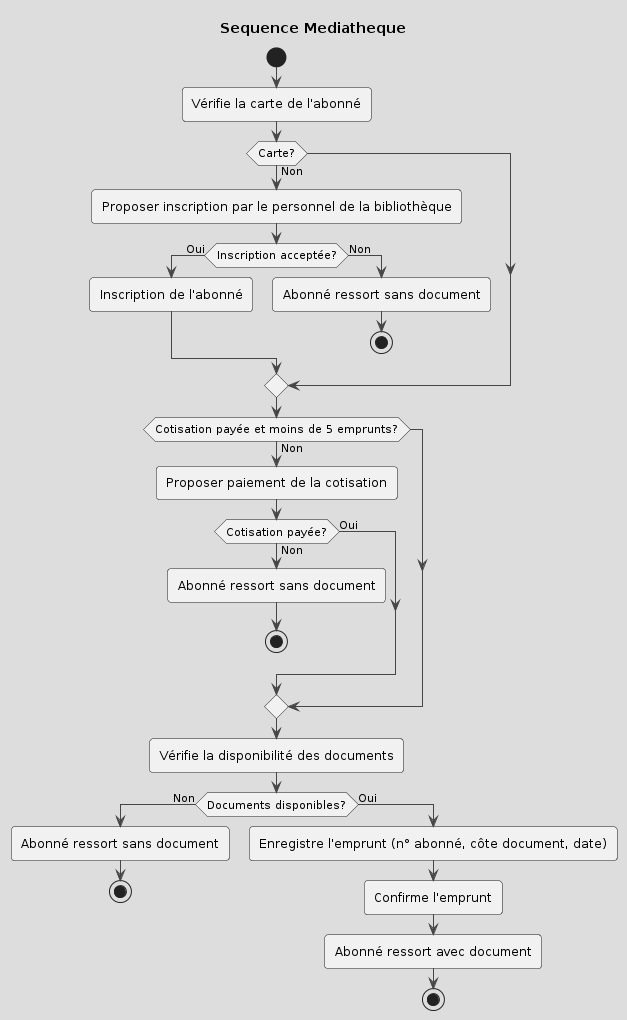
Before: asset/diagramme_activite.png, a diagram exported from PlantUML (clemence95/CDA24178).
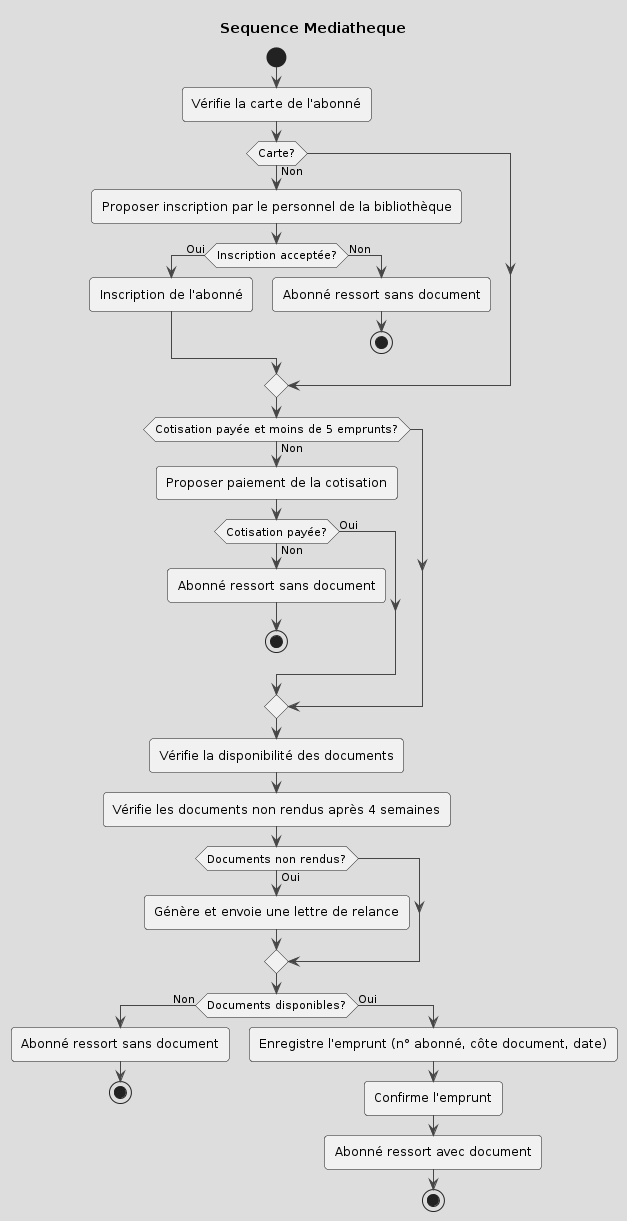
The same diagram one commit later.

The edit, as a diff of the source:
```diff
@@ -26,6 +26,10 @@
 endif
 
 :Vérifie la disponibilité des documents;
+:Vérifie les documents non rendus après 4 semaines;
+if (Documents non rendus?) then (Oui)
+    :Génère et envoie une lettre de relance;
+endif
 
 if (Documents disponibles?) then (Non)
     :Abonné ressort sans document;
```
